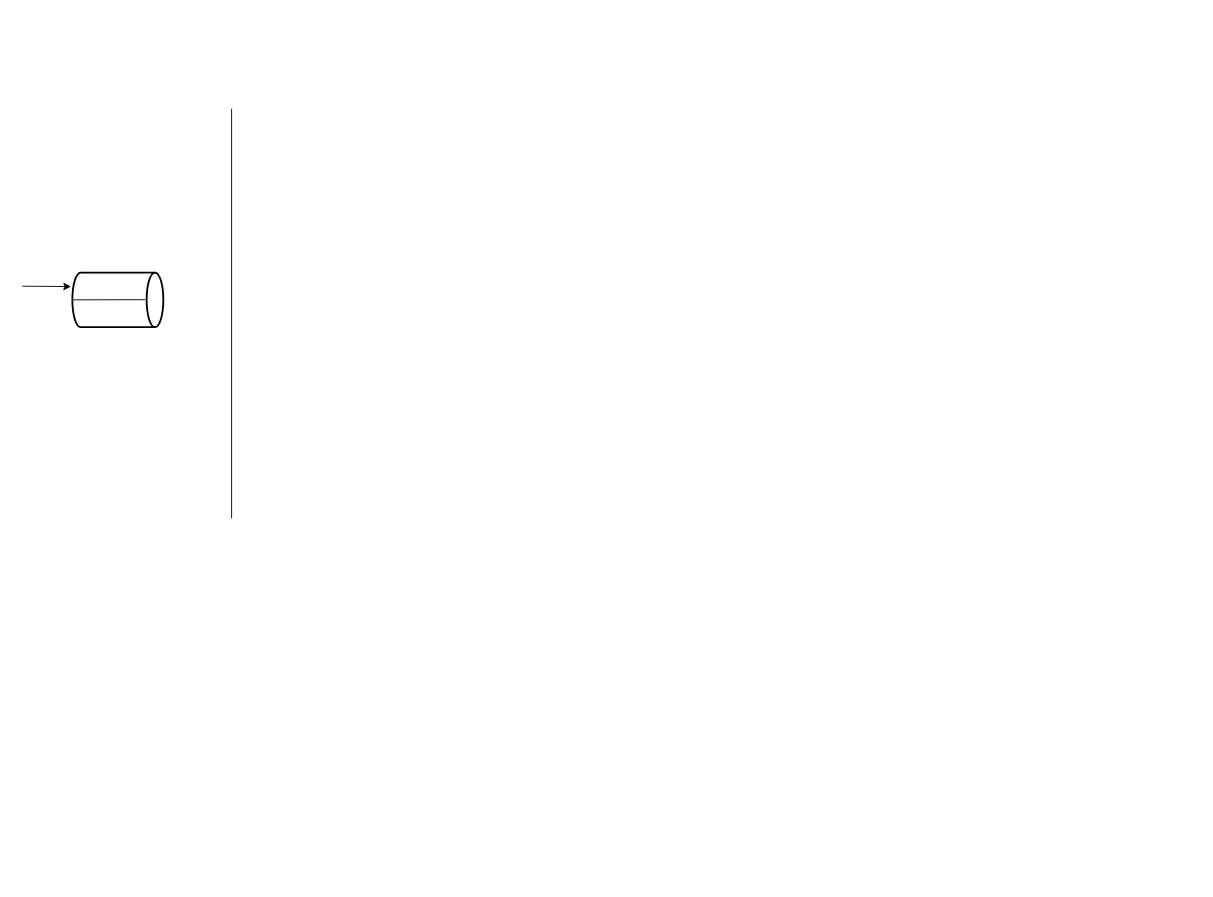
Above: MA_system_dataflow.drawio in superjoeye/adhoc (draw.io), before the change. Source tidied: cells renumbered, new cells numbered last; positions are measured from the earlier drawing's top-left corner, leaving out a move shared by most shapes. Both pictures are drawn from the tidied source at 91%, with x=0, y=0 at pixel (22, 108).
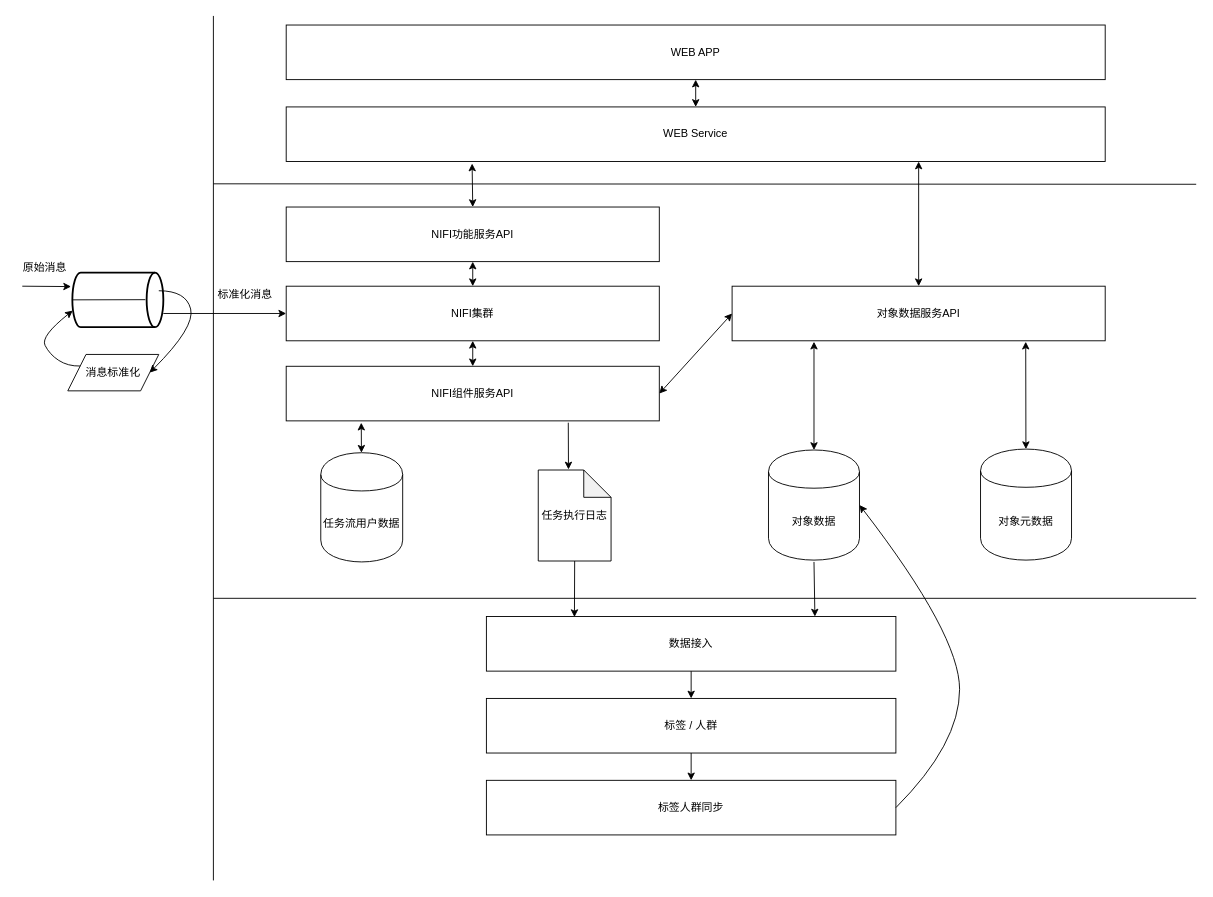
The same page after the edit.

Unchanged cells that the change refers to:
```xml
<mxCell id="3" style="strokeWidth=2;html=1;shape=mxgraph.flowchart.direct_data;whiteSpace=wrap;" parent="2" vertex="1">
  <mxGeometry width="100" height="60" as="geometry" />
</mxCell>
```

Change to the diagram source:
```diff
@@
     <mxCell id="6" style="endArrow=none;html=1;" parent="1" edge="1">
       <mxGeometry relative="1" as="geometry">
-        <mxPoint x="230" y="450" as="sourcePoint" />
-        <mxPoint x="230" as="targetPoint" />
+        <mxPoint x="210" y="848" as="sourcePoint" />
+        <mxPoint x="210" y="-102" as="targetPoint" />
       </mxGeometry>
     </mxCell>
+    <mxCell id="7" value="消息标准化" style="shape=parallelogram;perimeter=parallelogramPerimeter;whiteSpace=wrap;html=1;" parent="1" vertex="1">
+      <mxGeometry x="50" y="270" width="100" height="40" as="geometry" />
+    </mxCell>
+    <mxCell id="8" style="curved=1;endArrow=classic;html=1;entryX=1;entryY=0.5;entryDx=0;entryDy=0;" parent="1" edge="1" target="7">
+      <mxGeometry relative="1" as="geometry">
+        <mxPoint x="150" y="200" as="sourcePoint" />
+        <Array as="points">
+          <mxPoint x="180" y="200" />
+          <mxPoint x="190" y="240" />
+        </Array>
+      </mxGeometry>
+    </mxCell>
+    <mxCell id="9" style="curved=1;endArrow=classic;html=1;exitX=0;exitY=0.25;exitDx=0;exitDy=0;entryX=0.004;entryY=0.697;entryDx=0;entryDy=0;entryPerimeter=0;" parent="1" edge="1" source="7" target="3">
+      <mxGeometry relative="1" as="geometry">
+        <Array as="points">
+          <mxPoint x="50" y="283" />
+          <mxPoint x="30" y="270" />
+          <mxPoint x="20" y="250" />
+        </Array>
+      </mxGeometry>
+    </mxCell>
+    <mxCell id="10" value="原始消息" style="text;html=1;strokeColor=none;fillColor=none;align=center;verticalAlign=middle;whiteSpace=wrap;rounded=0;" parent="1" vertex="1">
+      <mxGeometry y="160" width="50" height="30" as="geometry" />
+    </mxCell>
+    <mxCell id="11" style="endArrow=none;html=1;" parent="1" edge="1">
+      <mxGeometry relative="1" as="geometry">
+        <mxPoint x="210" y="82.5" as="sourcePoint" />
+        <mxPoint x="1290" y="83" as="targetPoint" />
+      </mxGeometry>
+    </mxCell>
+    <mxCell id="12" value="WEB APP" style="rounded=0;whiteSpace=wrap;html=1;" parent="1" vertex="1">
+      <mxGeometry x="290" y="-92" width="900" height="60" as="geometry" />
+    </mxCell>
+    <mxCell id="13" value="WEB Service" style="rounded=0;whiteSpace=wrap;html=1;" parent="1" vertex="1">
+      <mxGeometry x="290" y="-2" width="900" height="60" as="geometry" />
+    </mxCell>
+    <mxCell id="14" style="endArrow=classic;startArrow=classic;html=1;" parent="1" edge="1" source="13" target="12">
+      <mxGeometry relative="1" as="geometry" />
+    </mxCell>
+    <mxCell id="15" value="NIFI功能服务API" style="rounded=0;whiteSpace=wrap;html=1;" parent="1" vertex="1">
+      <mxGeometry x="290" y="108" width="410" height="60" as="geometry" />
+    </mxCell>
+    <mxCell id="16" value="NIFI集群" style="rounded=0;whiteSpace=wrap;html=1;" parent="1" vertex="1">
+      <mxGeometry x="290" y="195" width="410" height="60" as="geometry" />
+    </mxCell>
+    <mxCell id="17" value="NIFI组件服务API" style="rounded=0;whiteSpace=wrap;html=1;" parent="1" vertex="1">
+      <mxGeometry x="290" y="283" width="410" height="60" as="geometry" />
+    </mxCell>
+    <mxCell id="18" value="对象数据服务API" style="rounded=0;whiteSpace=wrap;html=1;" parent="1" vertex="1">
+      <mxGeometry x="780" y="195" width="410" height="60" as="geometry" />
+    </mxCell>
+    <mxCell id="19" style="endArrow=classic;html=1;entryX=0;entryY=0.5;entryDx=0;entryDy=0;" parent="1" edge="1" target="16">
+      <mxGeometry relative="1" as="geometry">
+        <mxPoint x="155" y="225" as="sourcePoint" />
+      </mxGeometry>
+    </mxCell>
+    <mxCell id="20" value="标准化消息" style="text;html=1;strokeColor=none;fillColor=none;align=center;verticalAlign=middle;whiteSpace=wrap;rounded=0;" parent="1" vertex="1">
+      <mxGeometry x="210" y="195" width="70" height="20" as="geometry" />
+    </mxCell>
+    <mxCell id="21" style="endArrow=classic;startArrow=classic;html=1;entryX=0;entryY=0.5;entryDx=0;entryDy=0;exitX=1;exitY=0.5;exitDx=0;exitDy=0;" parent="1" edge="1" source="17" target="18">
+      <mxGeometry relative="1" as="geometry" />
+    </mxCell>
+    <mxCell id="22" style="endArrow=classic;startArrow=classic;html=1;entryX=0.5;entryY=1;entryDx=0;entryDy=0;exitX=0.5;exitY=0;exitDx=0;exitDy=0;" parent="1" edge="1" source="16" target="15">
+      <mxGeometry relative="1" as="geometry" />
+    </mxCell>
+    <mxCell id="23" style="endArrow=classic;startArrow=classic;html=1;entryX=0.5;entryY=1;entryDx=0;entryDy=0;exitX=0.5;exitY=0;exitDx=0;exitDy=0;" parent="1" edge="1" source="17" target="16">
+      <mxGeometry relative="1" as="geometry" />
+    </mxCell>
+    <mxCell id="24" style="endArrow=classic;startArrow=classic;html=1;exitX=0.5;exitY=0;exitDx=0;exitDy=0;entryX=0.227;entryY=1.037;entryDx=0;entryDy=0;entryPerimeter=0;" parent="1" edge="1" source="15" target="13">
+      <mxGeometry relative="1" as="geometry" />
+    </mxCell>
+    <mxCell id="25" value="对象数据" style="shape=cylinder;whiteSpace=wrap;html=1;boundedLbl=1;backgroundOutline=1;" parent="1" vertex="1">
+      <mxGeometry x="820" y="375" width="100" height="121" as="geometry" />
+    </mxCell>
+    <mxCell id="26" style="endArrow=classic;startArrow=classic;html=1;exitX=0.5;exitY=0;exitDx=0;exitDy=0;" parent="1" edge="1" source="18">
+      <mxGeometry relative="1" as="geometry">
+        <mxPoint x="985" y="58" as="targetPoint" />
+      </mxGeometry>
+    </mxCell>
+    <mxCell id="27" value="对象元数据" style="shape=cylinder;whiteSpace=wrap;html=1;boundedLbl=1;backgroundOutline=1;" parent="1" vertex="1">
+      <mxGeometry x="1053" y="374" width="100" height="122" as="geometry" />
+    </mxCell>
+    <mxCell id="28" style="endArrow=classic;startArrow=classic;html=1;exitX=0.5;exitY=0;exitDx=0;exitDy=0;" parent="1" edge="1" source="25">
+      <mxGeometry relative="1" as="geometry">
+        <mxPoint x="870" y="256" as="targetPoint" />
+      </mxGeometry>
+    </mxCell>
+    <mxCell id="29" style="endArrow=classic;startArrow=classic;html=1;entryX=0.787;entryY=1.017;entryDx=0;entryDy=0;entryPerimeter=0;" parent="1" edge="1" source="27" target="18">
+      <mxGeometry relative="1" as="geometry" />
+    </mxCell>
+    <mxCell id="30" value="任务流用户数据" style="shape=cylinder;whiteSpace=wrap;html=1;boundedLbl=1;backgroundOutline=1;" parent="1" vertex="1">
+      <mxGeometry x="328" y="378" width="90" height="120" as="geometry" />
+    </mxCell>
+    <mxCell id="31" value="任务执行日志" style="shape=note;whiteSpace=wrap;html=1;backgroundOutline=1;darkOpacity=0.05;" parent="1" vertex="1">
+      <mxGeometry x="567" y="397" width="80" height="100" as="geometry" />
+    </mxCell>
+    <mxCell id="32" style="endArrow=classic;startArrow=classic;html=1;entryX=0.133;entryY=1.033;entryDx=0;entryDy=0;entryPerimeter=0;" parent="1" edge="1" source="30">
+      <mxGeometry relative="1" as="geometry">
+        <mxPoint x="372.5" y="345" as="targetPoint" />
+      </mxGeometry>
+    </mxCell>
+    <mxCell id="33" style="endArrow=classic;html=1;entryX=0.415;entryY=-0.006;entryDx=0;entryDy=0;entryPerimeter=0;" parent="1" edge="1" target="31">
+      <mxGeometry relative="1" as="geometry">
+        <mxPoint x="600" y="345" as="sourcePoint" />
+      </mxGeometry>
+    </mxCell>
+    <mxCell id="34" style="endArrow=none;html=1;" parent="1" edge="1">
+      <mxGeometry relative="1" as="geometry">
+        <mxPoint x="210" y="538" as="sourcePoint" />
+        <mxPoint x="1290" y="538" as="targetPoint" />
+      </mxGeometry>
+    </mxCell>
+    <mxCell id="35" value="数据接入" style="rounded=0;whiteSpace=wrap;html=1;" parent="1" vertex="1">
+      <mxGeometry x="510" y="558" width="450" height="60" as="geometry" />
+    </mxCell>
+    <mxCell id="36" value="标签 / 人群" style="rounded=0;whiteSpace=wrap;html=1;" parent="1" vertex="1">
+      <mxGeometry x="510" y="648" width="450" height="60" as="geometry" />
+    </mxCell>
+    <mxCell id="37" value="标签人群同步" style="rounded=0;whiteSpace=wrap;html=1;" parent="1" vertex="1">
+      <mxGeometry x="510" y="738" width="450" height="60" as="geometry" />
+    </mxCell>
+    <mxCell id="38" style="curved=1;endArrow=classic;html=1;exitX=1;exitY=0.5;exitDx=0;exitDy=0;entryX=1;entryY=0.5;entryDx=0;entryDy=0;" parent="1" edge="1" source="37" target="25">
+      <mxGeometry relative="1" as="geometry">
+        <Array as="points">
+          <mxPoint x="1030" y="698" />
+          <mxPoint x="1030" y="578" />
+        </Array>
+      </mxGeometry>
+    </mxCell>
+    <mxCell id="39" style="endArrow=classic;html=1;exitX=0.5;exitY=1;exitDx=0;exitDy=0;exitPerimeter=0;entryX=0.215;entryY=0.01;entryDx=0;entryDy=0;entryPerimeter=0;" parent="1" edge="1" source="31" target="35">
+      <mxGeometry relative="1" as="geometry" />
+    </mxCell>
+    <mxCell id="40" style="endArrow=classic;html=1;" parent="1" edge="1">
+      <mxGeometry relative="1" as="geometry">
+        <mxPoint x="870" y="498" as="sourcePoint" />
+        <mxPoint x="871" y="558" as="targetPoint" />
+      </mxGeometry>
+    </mxCell>
+    <mxCell id="41" style="endArrow=classic;html=1;exitX=0.5;exitY=1;exitDx=0;exitDy=0;entryX=0.5;entryY=0;entryDx=0;entryDy=0;" parent="1" edge="1" source="35" target="36">
+      <mxGeometry relative="1" as="geometry" />
+    </mxCell>
+    <mxCell id="42" style="endArrow=classic;html=1;exitX=0.5;exitY=1;exitDx=0;exitDy=0;entryX=0.5;entryY=0;entryDx=0;entryDy=0;" parent="1" edge="1" source="36" target="37">
+      <mxGeometry relative="1" as="geometry" />
+    </mxCell>
```
